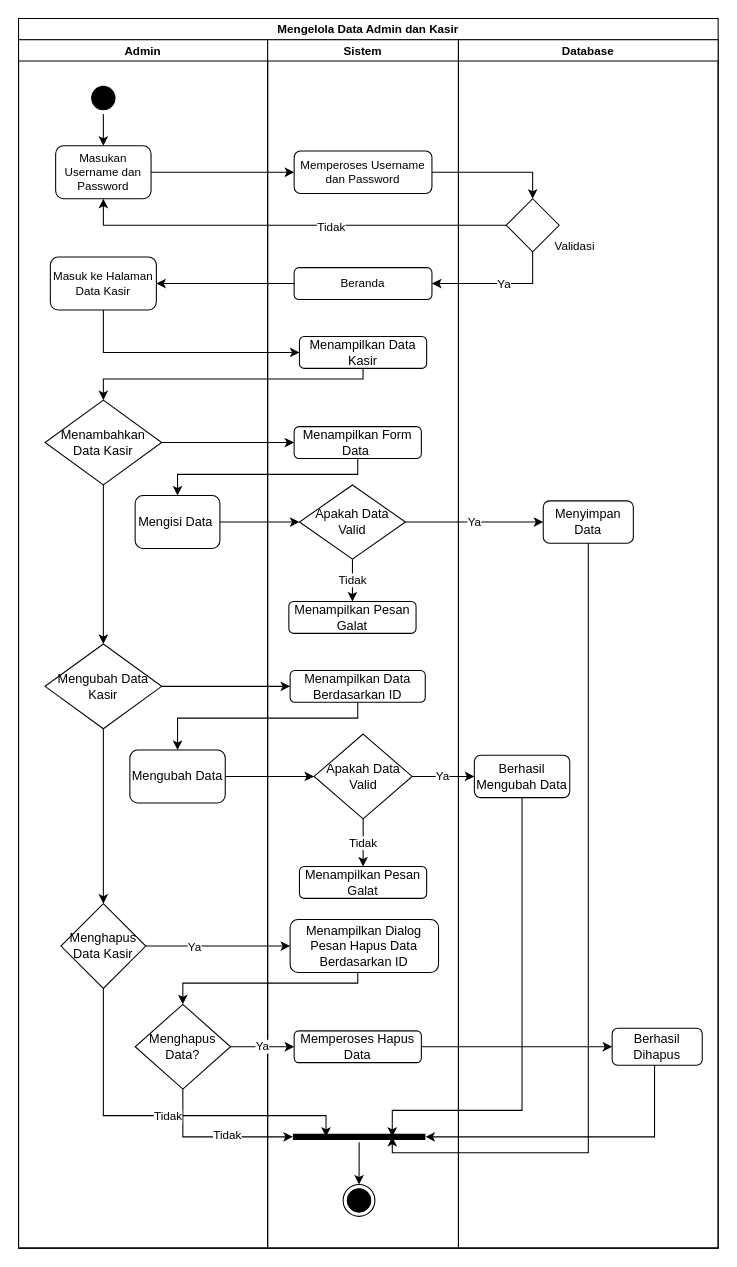
The draw.io diagram page "Mengelola Data Admin dan Kasir" (9 of 11) of Untitled Diagram.drawio (1).drawio in WildanMaulana17/admin.cafe17purwokerto, before the edit. Source tidied: cells renumbered, new cells numbered last; positions are measured from the earlier drawing's top-left corner, leaving out a move shared by most shapes. Both pictures are drawn from the tidied source at 106%, with x=0, y=0 at pixel (18, 18).
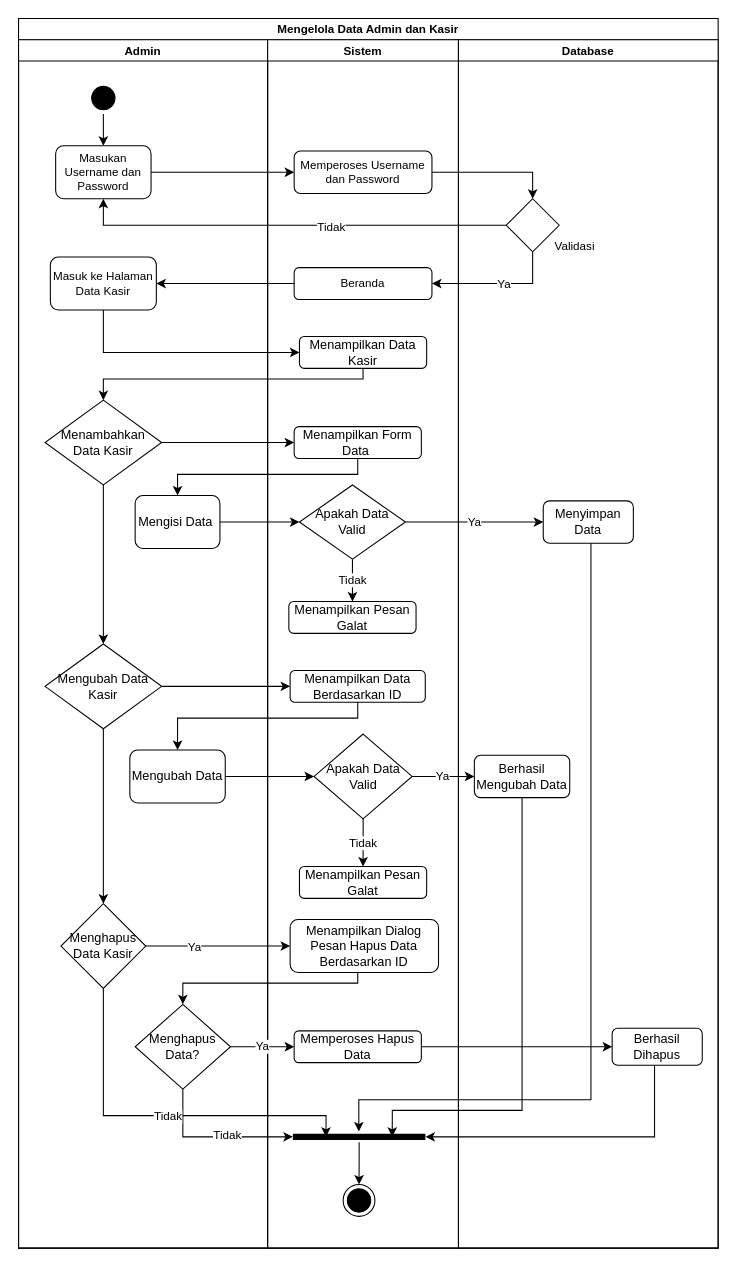
After the change.

The change refers to these unchanged cells:
```xml
<mxCell id="2" value="Mengelola Data Admin dan Kasir" style="swimlane;startSize=20;fontSize=11;strokeColor=#000000;" parent="1" vertex="1">
  <mxGeometry width="660" height="1160" as="geometry" />
</mxCell>
<mxCell id="32" style="shape=line;html=1;strokeWidth=6;strokeColor=#000000;" parent="16" vertex="1">
  <mxGeometry x="23.8" y="1030" width="125" height="10" as="geometry" />
</mxCell>
<mxCell id="36" value="Menyimpan Data" style="rounded=1;whiteSpace=wrap;html=1;strokeColor=#000000;" parent="33" vertex="1">
  <mxGeometry x="80" y="435" width="85" height="40" as="geometry" />
</mxCell>
```

Diff of the diagram source:
```diff
@@
-    <mxCell id="67" style="edgeStyle=orthogonalEdgeStyle;rounded=0;jettySize=auto;html=1;entryX=0.75;entryY=0.5;entryDx=0;entryDy=0;entryPerimeter=0;strokeColor=#000000;" parent="2" edge="1" source="36" target="32">
+    <mxCell id="67" style="edgeStyle=orthogonalEdgeStyle;rounded=0;jettySize=auto;html=1;strokeColor=#000000;" parent="2" edge="1" source="36" target="32">
       <mxGeometry relative="1" as="geometry">
         <Array as="points">
-          <mxPoint x="538" y="1070" />
-          <mxPoint x="353" y="1070" />
+          <mxPoint x="540" y="1020" />
+          <mxPoint x="321" y="1020" />
         </Array>
       </mxGeometry>
     </mxCell>
```
